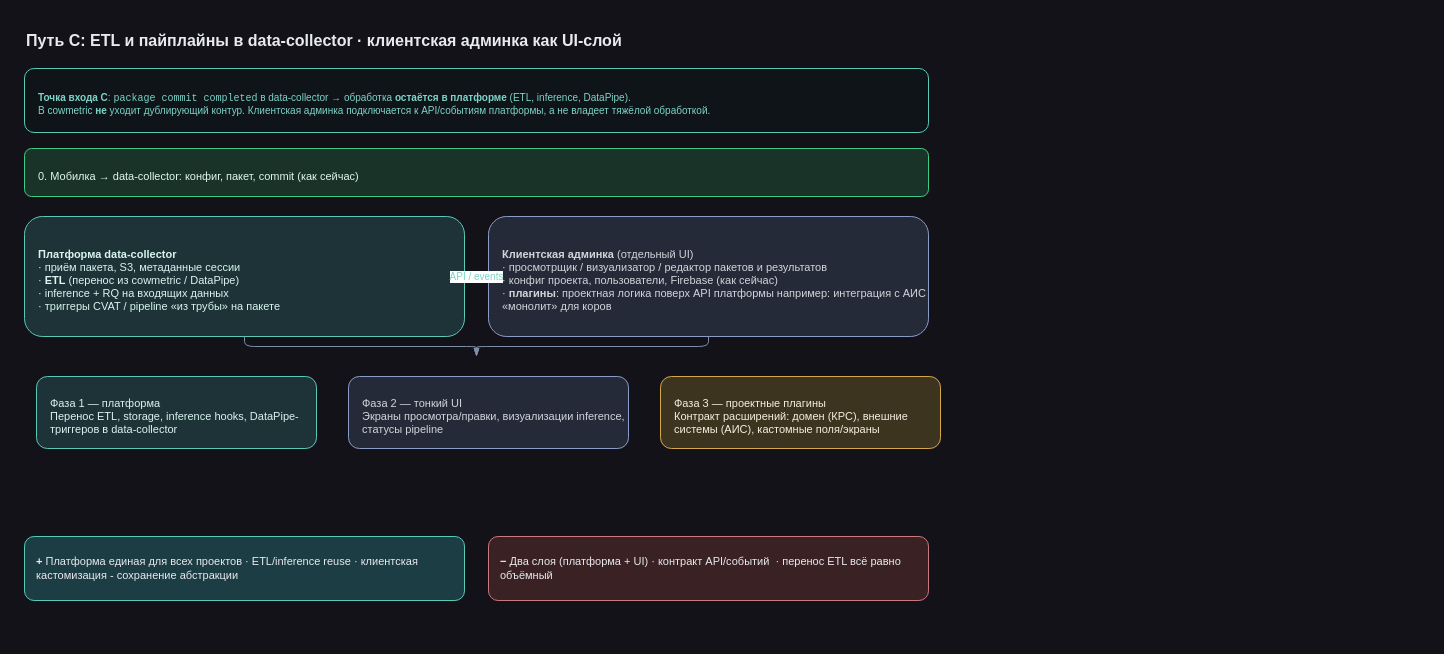
epoch8/data-collector keeps this draw.io diagram as page "Путь C — гибрид" (5 of 6) of specs/main-scheme/06-admin-cowmetric-vs-django.drawio. Above is the earlier version. Source tidied: cells renumbered, new cells numbered last; positions are measured from the earlier drawing's top-left corner, leaving out a move shared by most shapes. Both pictures are drawn from the tidied source at 100%, with x=0, y=0 at pixel (24, 24).
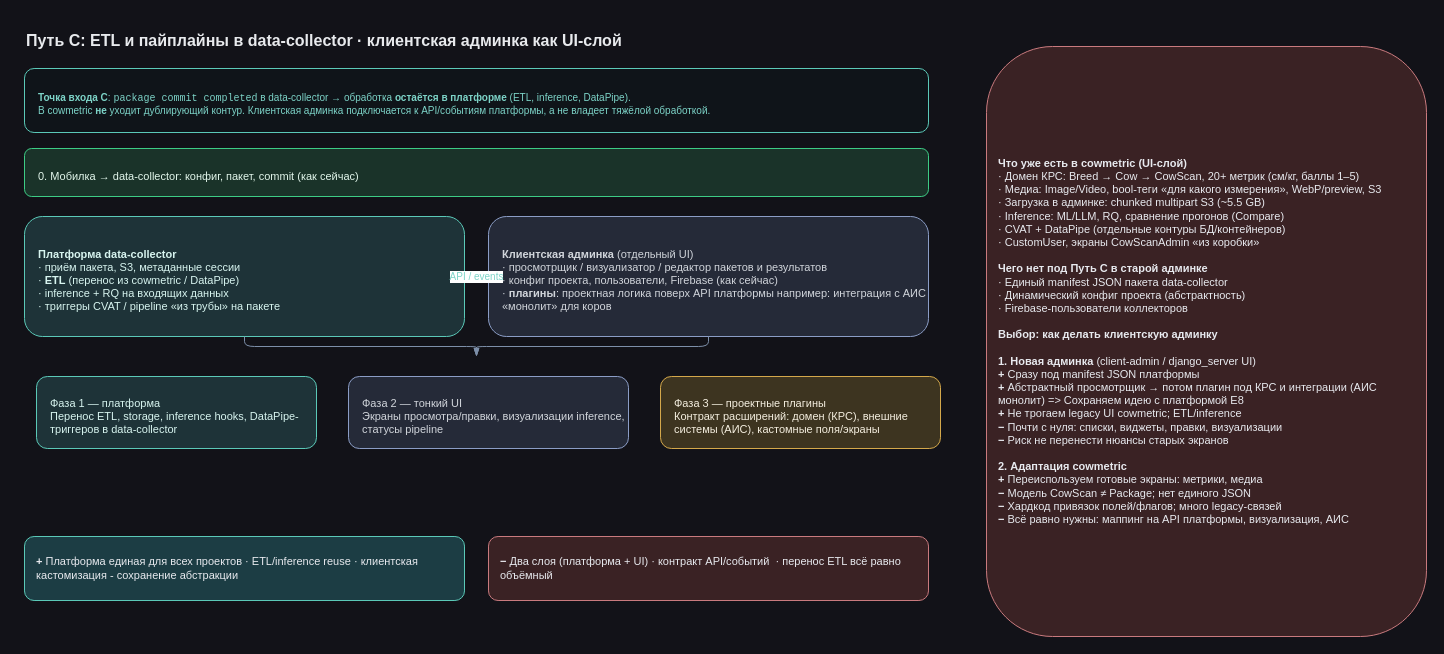
The same diagram, later.

What changed in the source:
```diff
@@
+    <mxCell id="19" value="&lt;b&gt;Что уже есть в cowmetric (UI-слой)&lt;/b&gt;&lt;br&gt;· Домен КРС: Breed → Cow → CowScan, 20+ метрик (см/кг, баллы 1–5)&lt;br&gt;· Медиа: Image/Video, bool-теги «для какого измерения», WebP/preview, S3&lt;br&gt;· Загрузка в админке: chunked multipart S3 (~5.5 GB)&lt;br&gt;· Inference: ML/LLM, RQ, сравнение прогонов (Compare)&lt;br&gt;· CVAT + DataPipe (отдельные контуры БД/контейнеров)&lt;br&gt;· CustomUser, экраны CowScanAdmin «из коробки»&lt;br&gt;&lt;br&gt;&lt;b&gt;Чего нет под Путь C в старой админке&lt;/b&gt;&lt;br&gt;· Единый manifest JSON пакета data-collector&lt;br&gt;· Динамический конфиг проекта (абстрактность)&lt;br&gt;· Firebase-пользователи коллекторов&lt;br&gt;&lt;br&gt;&lt;b&gt;Выбор: как делать клиентскую админку&lt;/b&gt;&lt;br&gt;&lt;br&gt;&lt;b&gt;1. Новая админка&lt;/b&gt; (client-admin / django_server UI)&lt;br&gt;&lt;b&gt;+&lt;/b&gt; Сразу под manifest JSON платформы&lt;br&gt;&lt;b&gt;+&lt;/b&gt; Абстрактный просмотрщик → потом плагин под КРС и интеграции (АИС монолит) =&amp;gt; Сохраняем идею с платформой E8&lt;br&gt;&lt;b&gt;+&lt;/b&gt; Не трогаем legacy UI cowmetric; ETL/inference&lt;br&gt;&lt;b&gt;−&lt;/b&gt; Почти с нуля: списки, виджеты, правки, визуализации&lt;br&gt;&lt;b&gt;−&lt;/b&gt; Риск не перенести нюансы старых экранов&lt;br&gt;&lt;br&gt;&lt;b&gt;2. Адаптация cowmetric&lt;/b&gt;&lt;br&gt;&lt;b&gt;+&lt;/b&gt; Переиспользуем готовые экраны: метрики, медиа&amp;nbsp;&lt;br&gt;&lt;b&gt;−&lt;/b&gt; Модель CowScan ≠ Package; нет единого JSON&lt;br&gt;&lt;b&gt;−&lt;/b&gt; Хардкод привязок полей/флагов; много legacy-связей&lt;br&gt;&lt;b&gt;−&lt;/b&gt; Всё равно нужны: маппинг на API платформы, визуализация, АИС" style="rounded=1;whiteSpace=wrap;html=1;align=left;spacingLeft=10;fillColor=#3a2224;strokeColor=#c97a7e;fontColor=#e8eaef;fontSize=11;" parent="1" vertex="1">
+      <mxGeometry x="962" y="22" width="440" height="590" as="geometry" />
+    </mxCell>
```
